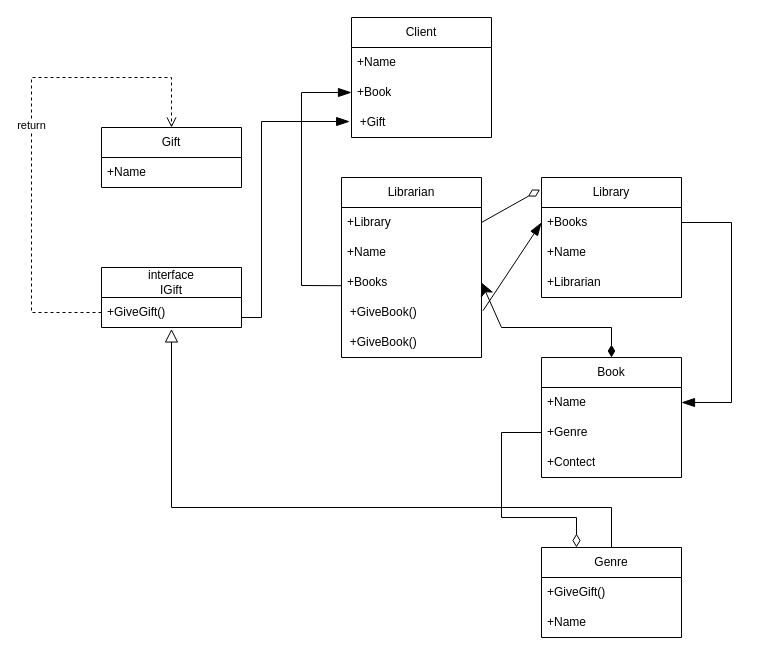
Earlier version of the draw.io diagram Сем1/ООП/lab19-20/strategy.drawio (DmitriyGaykov/Course2). Source tidied: cells renumbered, new cells numbered last; positions are measured from the earlier drawing's top-left corner, leaving out a move shared by most shapes. Both pictures are drawn from the tidied source at 100%, with x=0, y=0 at pixel (31, 17).
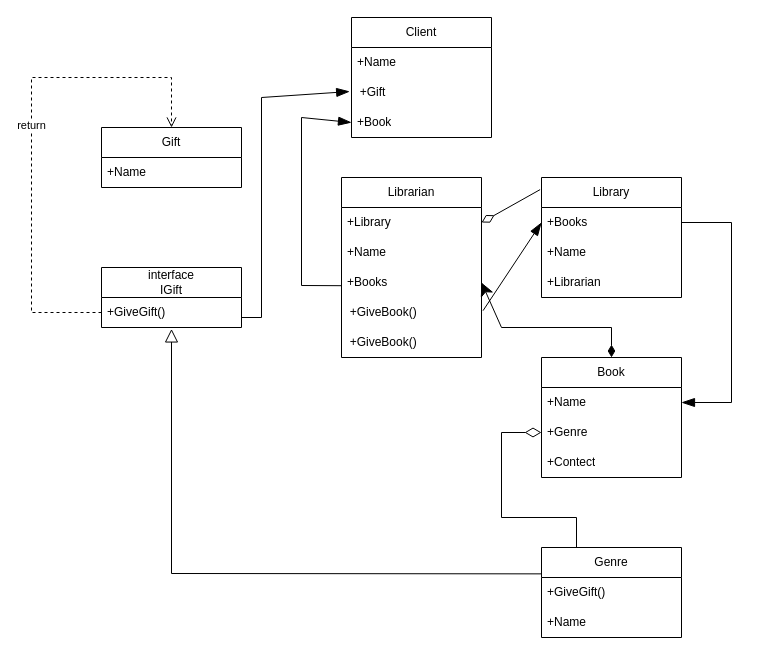
The same page after the edit.

The change refers to these unchanged cells:
```xml
<mxCell id="5" value="+GiveGift()" style="text;strokeColor=none;fillColor=none;align=left;verticalAlign=middle;spacingLeft=4;spacingRight=4;overflow=hidden;points=[[0,0.5],[1,0.5]];portConstraint=eastwest;whiteSpace=wrap;html=1;" parent="4" vertex="1">
  <mxGeometry y="30" width="140" height="30" as="geometry" />
</mxCell>
<mxCell id="7" value="Librarian" style="swimlane;fontStyle=0;horizontal=1;startSize=30;whiteSpace=wrap;html=1;" parent="1" vertex="1">
  <mxGeometry x="310" y="160" width="140" height="180" as="geometry" />
</mxCell>
<mxCell id="14" value="Library" style="swimlane;fontStyle=0;horizontal=1;startSize=30;whiteSpace=wrap;html=1;" parent="1" vertex="1">
  <mxGeometry x="510" y="160" width="140" height="120" as="geometry" />
</mxCell>
<mxCell id="20" value="+Genre" style="text;strokeColor=none;fillColor=none;align=left;verticalAlign=middle;spacingLeft=4;spacingRight=4;overflow=hidden;points=[[0,0.5],[1,0.5]];portConstraint=eastwest;whiteSpace=wrap;html=1;" parent="18" vertex="1">
  <mxGeometry y="60" width="140" height="30" as="geometry" />
</mxCell>
<mxCell id="22" value="Genre" style="swimlane;fontStyle=0;horizontal=1;startSize=30;whiteSpace=wrap;html=1;" parent="1" vertex="1">
  <mxGeometry x="510" y="530" width="140" height="90" as="geometry" />
</mxCell>
<mxCell id="23" value="+GiveGift()" style="text;strokeColor=none;fillColor=none;align=left;verticalAlign=middle;spacingLeft=4;spacingRight=4;overflow=hidden;points=[[0,0.5],[1,0.5]];portConstraint=eastwest;whiteSpace=wrap;html=1;" parent="22" vertex="1">
  <mxGeometry y="30" width="140" height="30" as="geometry" />
</mxCell>
<mxCell id="30" value="Client" style="swimlane;fontStyle=0;horizontal=1;startSize=30;whiteSpace=wrap;html=1;" parent="1" vertex="1">
  <mxGeometry x="320" width="140" height="120" as="geometry" />
</mxCell>
```

What changed in the source:
```diff
@@
     <mxCell id="9" style="endArrow=blockThin;html=1;rounded=0;strokeWidth=1;endSize=11;exitX=1.011;exitY=0.439;exitDx=0;exitDy=0;exitPerimeter=0;endFill=1;entryX=0;entryY=0.5;entryDx=0;entryDy=0;" parent="7" edge="1" target="32">
       <mxGeometry relative="1" as="geometry">
         <mxPoint y="108.2" as="sourcePoint" />
         <Array as="points">
           <mxPoint x="-40" y="108" />
-          <mxPoint x="-40" y="-85" />
+          <mxPoint x="-40" y="-60" />
         </Array>
       </mxGeometry>
     </mxCell>
@@
-    <mxCell id="25" style="endArrow=block;html=1;rounded=0;strokeWidth=1;endSize=11;exitX=0.5;exitY=0;exitDx=0;exitDy=0;entryX=0.5;entryY=1.048;entryDx=0;entryDy=0;entryPerimeter=0;endFill=0;" parent="1" edge="1" source="22" target="5">
+    <mxCell id="25" style="endArrow=block;html=1;rounded=0;strokeWidth=1;endSize=11;exitX=0.002;exitY=-0.121;exitDx=0;exitDy=0;entryX=0.5;entryY=1.048;entryDx=0;entryDy=0;entryPerimeter=0;endFill=0;exitPerimeter=0;" parent="1" edge="1" source="23" target="5">
       <mxGeometry relative="1" as="geometry">
         <Array as="points">
-          <mxPoint x="580" y="490" />
-          <mxPoint x="140" y="490" />
+          <mxPoint x="140" y="556" />
         </Array>
       </mxGeometry>
     </mxCell>
-    <mxCell id="26" style="endArrow=diamondThin;html=1;rounded=0;strokeWidth=1;endSize=11;entryX=-0.01;entryY=0.101;entryDx=0;entryDy=0;endFill=0;entryPerimeter=0;" parent="1" edge="1" target="14">
+    <mxCell id="26" style="endArrow=none;html=1;rounded=0;strokeWidth=1;endSize=11;entryX=-0.01;entryY=0.101;entryDx=0;entryDy=0;endFill=0;entryPerimeter=0;startArrow=diamondThin;startFill=0;startSize=12;" parent="1" edge="1" target="14">
       <mxGeometry relative="1" as="geometry">
         <mxPoint x="450" y="205" as="sourcePoint" />
       </mxGeometry>
     </mxCell>
@@
-    <mxCell id="29" style="endArrow=diamondThin;html=1;rounded=0;strokeWidth=1;endSize=11;entryX=0.25;entryY=0;entryDx=0;entryDy=0;endFill=0;exitX=0;exitY=0.5;exitDx=0;exitDy=0;" parent="1" edge="1" source="20" target="22">
+    <mxCell id="29" style="endArrow=none;html=1;rounded=0;strokeWidth=1;endSize=11;entryX=0.25;entryY=0;entryDx=0;entryDy=0;endFill=0;exitX=0;exitY=0.5;exitDx=0;exitDy=0;startArrow=diamondThin;startFill=0;startSize=14;" parent="1" edge="1" source="20" target="22">
       <mxGeometry relative="1" as="geometry">
         <Array as="points">
           <mxPoint x="470" y="415" />
           <mxPoint x="470" y="500" />
           <mxPoint x="545" y="500" />
         </Array>
       </mxGeometry>
     </mxCell>
@@
+    <mxCell id="33" value="&amp;nbsp; +Gift" style="text;html=1;align=left;verticalAlign=middle;points=[];strokeColor=none;fillColor=none;" parent="30" vertex="1">
+      <mxGeometry y="60" width="140" height="30" as="geometry" />
+    </mxCell>
     <mxCell id="32" value="+Book" style="text;strokeColor=none;fillColor=none;align=left;verticalAlign=middle;spacingLeft=4;spacingRight=4;overflow=hidden;points=[[0,0.5],[1,0.5]];portConstraint=eastwest;whiteSpace=wrap;html=1;" parent="30" vertex="1">
-      <mxGeometry y="60" width="140" height="30" as="geometry" />
+      <mxGeometry y="90" width="140" height="30" as="geometry" />
     </mxCell>
-    <mxCell id="33" value="&amp;nbsp; +Gift" style="text;html=1;align=left;verticalAlign=middle;points=[];strokeColor=none;fillColor=none;" parent="30" vertex="1">
-      <mxGeometry y="90" width="140" height="30" as="geometry" />
-    </mxCell>
     <mxCell id="34" style="endArrow=blockThin;html=1;rounded=0;strokeWidth=1;endSize=11;entryX=-0.013;entryY=0.468;entryDx=0;entryDy=0;entryPerimeter=0;endFill=1;" parent="1" edge="1" target="33">
       <mxGeometry relative="1" as="geometry">
         <mxPoint x="210" y="300" as="sourcePoint" />
         <Array as="points">
           <mxPoint x="230" y="300" />
-          <mxPoint x="230" y="104" />
+          <mxPoint x="230" y="80" />
         </Array>
       </mxGeometry>
     </mxCell>
```
